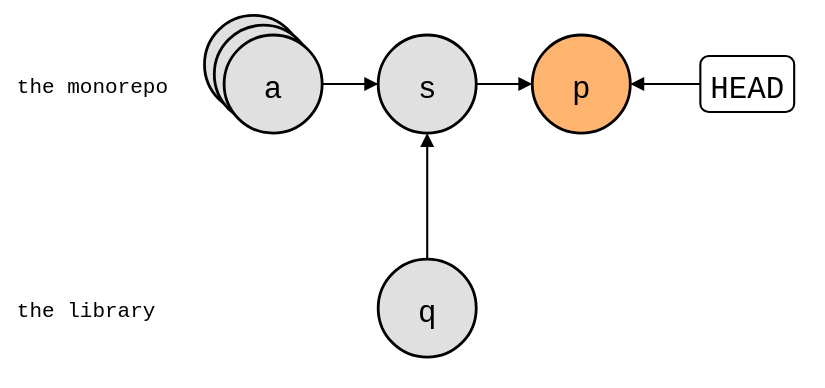
The draw.io diagram git-splice/test/comparisons/git-subtree-squash-merged.drawio.svg in roschaefer/episodes, before a commit. Source tidied: cells renumbered, new cells last; positions are measured from the earlier drawing's top-left corner, leaving out a move shared by most shapes.
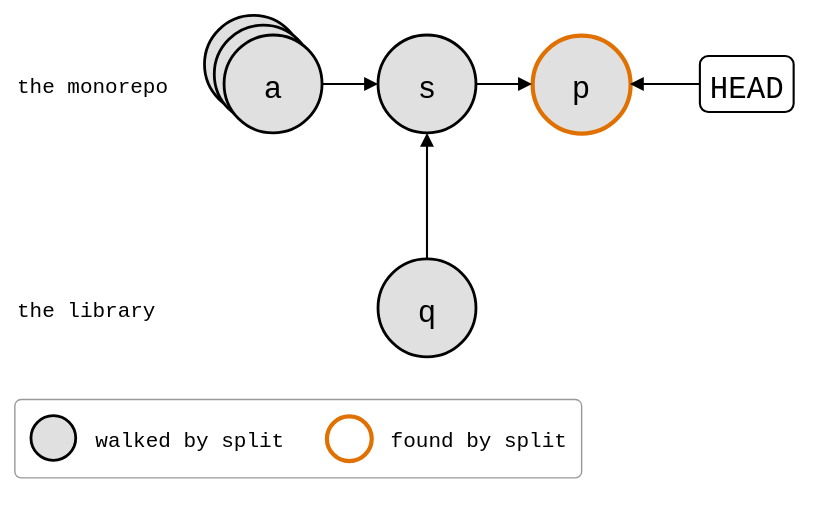
Later version of the same file.

What changed in the source:
```diff
@@ -8,22 +8,22 @@
     <mxCell id="3" value="the library" style="text;strokeColor=none;fillColor=none;align=left;verticalAlign=middle;fontSize=15;fontFamily=Roboto Mono,monospace;" parent="1" vertex="1">
       <mxGeometry y="194" width="130" height="30" as="geometry" />
     </mxCell>
-    <mxCell id="4" style="shape=ellipse;strokeWidth=2;fontSize=22;fontFamily=Roboto Mono,monospace;fillColor=#E0E0E0;" parent="1" vertex="1">
+    <mxCell id="4" style="shape=ellipse;fontSize=22;fontFamily=Roboto Mono,monospace;strokeWidth=2;fillColor=#E0E0E0;" parent="1" vertex="1">
       <mxGeometry x="136" width="70" height="70" as="geometry" />
     </mxCell>
-    <mxCell id="5" style="shape=ellipse;strokeWidth=2;fontSize=22;fontFamily=Roboto Mono,monospace;fillColor=#E0E0E0;" parent="1" vertex="1">
+    <mxCell id="5" style="shape=ellipse;fontSize=22;fontFamily=Roboto Mono,monospace;strokeWidth=2;fillColor=#E0E0E0;" parent="1" vertex="1">
       <mxGeometry x="143" y="7" width="70" height="70" as="geometry" />
     </mxCell>
-    <mxCell id="6" value="a" style="ellipse;strokeWidth=2;fontSize=22;fontFamily=Roboto Mono,monospace;fillColor=#E0E0E0;" parent="1" vertex="1">
+    <mxCell id="6" value="a" style="ellipse;fontSize=22;fontFamily=Roboto Mono,monospace;strokeWidth=2;fillColor=#E0E0E0;" parent="1" vertex="1">
       <mxGeometry x="150" y="14" width="70" height="70" as="geometry" />
     </mxCell>
-    <mxCell id="7" value="s" style="ellipse;strokeWidth=2;fontSize=22;fontFamily=Roboto Mono,monospace;fillColor=#E0E0E0;" parent="1" vertex="1">
+    <mxCell id="7" value="s" style="ellipse;fontSize=22;fontFamily=Roboto Mono,monospace;strokeWidth=2;fillColor=#E0E0E0;" parent="1" vertex="1">
       <mxGeometry x="260" y="14" width="70" height="70" as="geometry" />
     </mxCell>
-    <mxCell id="8" value="p" style="ellipse;strokeWidth=2;fontSize=22;fontFamily=Roboto Mono,monospace;fillColor=#FFB570;" parent="1" vertex="1">
+    <mxCell id="8" value="p" style="ellipse;fontSize=22;fontFamily=Roboto Mono,monospace;strokeColor=#E07000;strokeWidth=3;fillColor=#E0E0E0;" parent="1" vertex="1">
       <mxGeometry x="370" y="14" width="70" height="70" as="geometry" />
     </mxCell>
-    <mxCell id="9" value="q" style="ellipse;strokeWidth=2;fontSize=22;fontFamily=Roboto Mono,monospace;fillColor=#E0E0E0;" parent="1" vertex="1">
+    <mxCell id="9" value="q" style="ellipse;fontSize=22;fontFamily=Roboto Mono,monospace;strokeWidth=2;fillColor=#E0E0E0;" parent="1" vertex="1">
       <mxGeometry x="260" y="174" width="70" height="70" as="geometry" />
     </mxCell>
     <mxCell id="10" value="HEAD" style="rounded=1;strokeWidth=1.5;fontSize=22;fontFamily=Roboto Mono,monospace;" parent="1" vertex="1">
@@ -41,5 +41,20 @@
     <mxCell id="14" style="endArrow=block;endFill=1;html=1;strokeWidth=1.5;rounded=0;" parent="1" edge="1" source="9" target="7">
       <mxGeometry relative="1" as="geometry" />
     </mxCell>
+    <mxCell id="15" style="rounded=1;arcSize=8;fillColor=none;strokeColor=#999999;strokeWidth=1;legend=1;" parent="1" vertex="1">
+      <mxGeometry y="274" width="405" height="56" as="geometry" />
+    </mxCell>
+    <mxCell id="16" style="ellipse;fontSize=13;fontFamily=Roboto Mono,monospace;strokeWidth=2;fillColor=#E0E0E0;" parent="15" vertex="1">
+      <mxGeometry x="12" y="12" width="32" height="32" as="geometry" />
+    </mxCell>
+    <mxCell id="17" value="walked by split" style="text;align=left;verticalAlign=middle;fontSize=15;fontFamily=Roboto Mono,monospace;" parent="15" vertex="1">
+      <mxGeometry x="56" y="12" width="135" height="32" as="geometry" />
+    </mxCell>
+    <mxCell id="18" style="ellipse;fontSize=13;fontFamily=Roboto Mono,monospace;strokeColor=#E07000;strokeWidth=3;" parent="15" vertex="1">
+      <mxGeometry x="223" y="12" width="32" height="32" as="geometry" />
+    </mxCell>
+    <mxCell id="19" value="found by split" style="text;align=left;verticalAlign=middle;fontSize=15;fontFamily=Roboto Mono,monospace;" parent="15" vertex="1">
+      <mxGeometry x="267" y="12" width="126" height="32" as="geometry" />
+    </mxCell>
   </root>
 </mxGraphModel>
```
